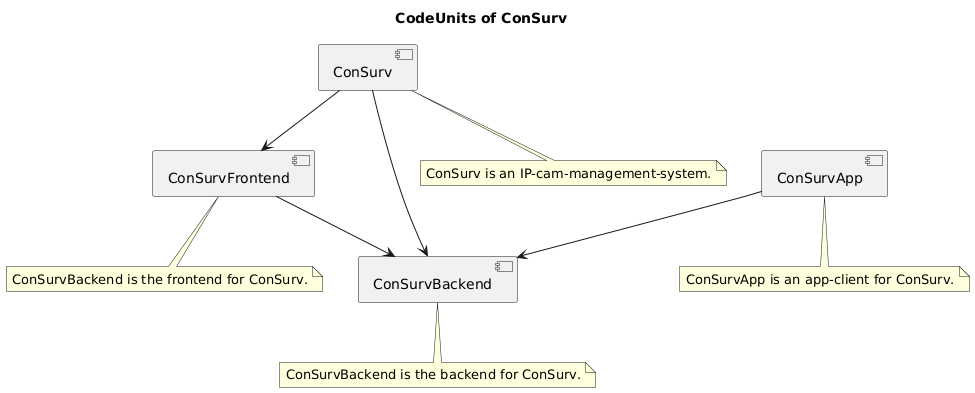
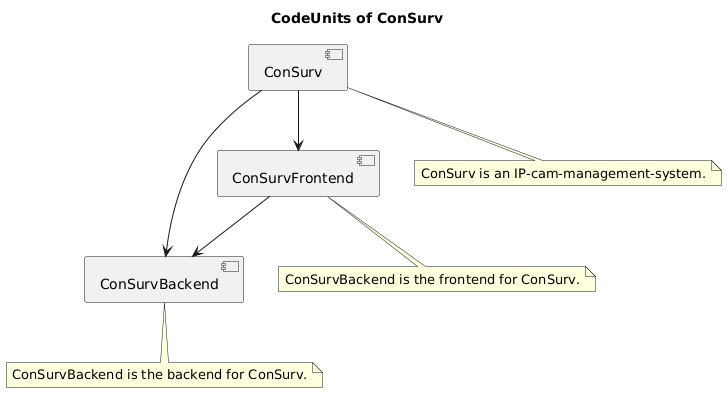
@startuml CodeUnits-Overview
skinparam defaultFontName "DejaVu Sans"
title CodeUnits of ConSurv

[ConSurvBackend]
note as ConSurvBackendNote
  ConSurvBackend is the backend for ConSurv.
end note
ConSurvBackend .. ConSurvBackendNote
- 
- [ConSurvApp]
- note as ConSurvAppNote
-   ConSurvApp is an app-client for ConSurv.
- end note
- ConSurvApp .. ConSurvAppNote

[ConSurvFrontend]
note as ConSurvFrontendNote
  ConSurvBackend is the frontend for ConSurv.
end note
ConSurvFrontend .. ConSurvFrontendNote

[ConSurv]
note as ConSurvNote
  ConSurv is an IP-cam-management-system.
end note
ConSurv .. ConSurvNote

- ConSurvApp --> ConSurvBackend
ConSurvFrontend --> ConSurvBackend
ConSurv --> ConSurvBackend
ConSurv --> ConSurvFrontend

@enduml